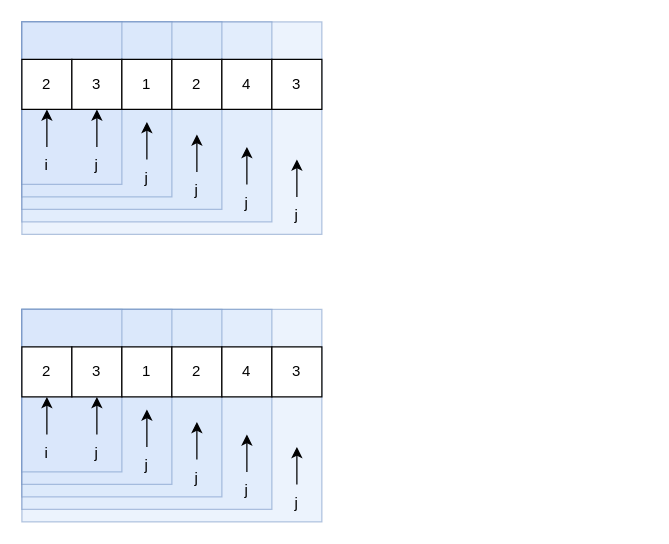
This is 209长度最小的子数组.drawio from liu-moon/img, a draw.io file, before an edit. Source tidied: cells renumbered, new cells numbered last; positions are measured from the earlier drawing's top-left corner, leaving out a move shared by most shapes. Both pictures are drawn from the tidied source at 125%, with x=0, y=0 at pixel (21, 21).
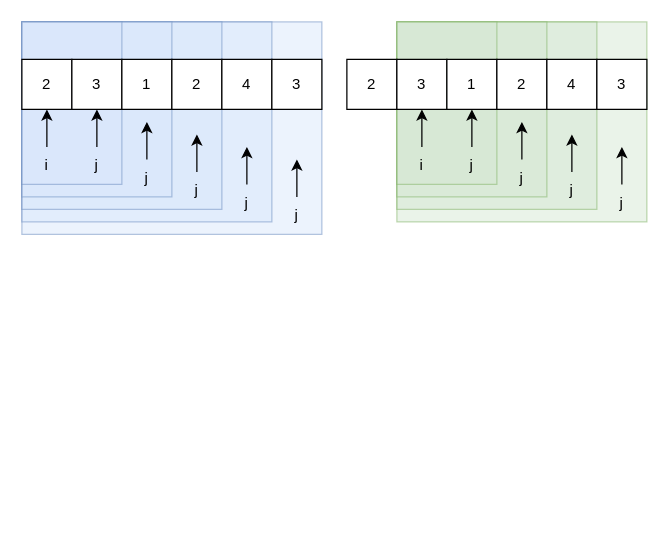
Above is the later version.

Diff of the diagram source:
```diff
@@
-    <mxCell id="25" style="rounded=0;whiteSpace=wrap;html=1;opacity=50;fillColor=#dae8fc;strokeColor=#6c8ebf;" parent="1" vertex="1">
-      <mxGeometry y="230" width="240" height="170" as="geometry" />
-    </mxCell>
-    <mxCell id="26" style="rounded=0;whiteSpace=wrap;html=1;opacity=50;fillColor=#dae8fc;strokeColor=#6c8ebf;" parent="1" vertex="1">
-      <mxGeometry y="230" width="200" height="160" as="geometry" />
+    <mxCell id="26" style="rounded=0;whiteSpace=wrap;html=1;opacity=50;fillColor=#d5e8d4;strokeColor=#82b366;" parent="1" vertex="1">
+      <mxGeometry x="300" width="200" height="160" as="geometry" />
     </mxCell>
-    <mxCell id="27" style="rounded=0;whiteSpace=wrap;html=1;opacity=50;fillColor=#dae8fc;strokeColor=#6c8ebf;" parent="1" vertex="1">
-      <mxGeometry y="230" width="160" height="150" as="geometry" />
+    <mxCell id="27" style="rounded=0;whiteSpace=wrap;html=1;opacity=50;fillColor=#d5e8d4;strokeColor=#82b366;" parent="1" vertex="1">
+      <mxGeometry x="300" width="160" height="150" as="geometry" />
     </mxCell>
-    <mxCell id="28" style="rounded=0;whiteSpace=wrap;html=1;opacity=50;fillColor=#dae8fc;strokeColor=#6c8ebf;" parent="1" vertex="1">
-      <mxGeometry y="230" width="120" height="140" as="geometry" />
+    <mxCell id="28" style="rounded=0;whiteSpace=wrap;html=1;opacity=50;fillColor=#d5e8d4;strokeColor=#82b366;" parent="1" vertex="1">
+      <mxGeometry x="300" width="120" height="140" as="geometry" />
     </mxCell>
-    <mxCell id="29" style="rounded=0;whiteSpace=wrap;html=1;opacity=50;fillColor=#dae8fc;strokeColor=#6c8ebf;" parent="1" vertex="1">
-      <mxGeometry y="230" width="80" height="130" as="geometry" />
+    <mxCell id="29" style="rounded=0;whiteSpace=wrap;html=1;opacity=50;fillColor=#d5e8d4;strokeColor=#82b366;" parent="1" vertex="1">
+      <mxGeometry x="300" width="80" height="130" as="geometry" />
     </mxCell>
-    <mxCell id="30" value="2" style="rounded=0;whiteSpace=wrap;html=1;" parent="1" vertex="1">
-      <mxGeometry y="260" width="40" height="40" as="geometry" />
-    </mxCell>
-    <mxCell id="31" value="3" style="rounded=0;whiteSpace=wrap;html=1;" parent="1" vertex="1">
-      <mxGeometry x="40" y="260" width="40" height="40" as="geometry" />
-    </mxCell>
-    <mxCell id="32" value="1" style="rounded=0;whiteSpace=wrap;html=1;" parent="1" vertex="1">
-      <mxGeometry x="80" y="260" width="40" height="40" as="geometry" />
-    </mxCell>
-    <mxCell id="33" value="2" style="rounded=0;whiteSpace=wrap;html=1;" parent="1" vertex="1">
-      <mxGeometry x="120" y="260" width="40" height="40" as="geometry" />
-    </mxCell>
-    <mxCell id="34" value="4" style="rounded=0;whiteSpace=wrap;html=1;" parent="1" vertex="1">
-      <mxGeometry x="160" y="260" width="40" height="40" as="geometry" />
-    </mxCell>
-    <mxCell id="35" value="3" style="rounded=0;whiteSpace=wrap;html=1;" parent="1" vertex="1">
-      <mxGeometry x="200" y="260" width="40" height="40" as="geometry" />
-    </mxCell>
-    <mxCell id="36" style="endArrow=classic;html=1;rounded=0;entryX=0.5;entryY=1;entryDx=0;entryDy=0;" parent="1" edge="1" target="30">
+    <mxCell id="36" style="endArrow=classic;html=1;rounded=0;entryX=0.5;entryY=1;entryDx=0;entryDy=0;" parent="1" edge="1">
       <mxGeometry relative="1" as="geometry">
-        <mxPoint x="20" y="330" as="sourcePoint" />
+        <mxPoint x="320" y="100" as="sourcePoint" />
+        <mxPoint x="320" y="70" as="targetPoint" />
       </mxGeometry>
     </mxCell>
     <mxCell id="37" value="i" style="text;html=1;align=center;verticalAlign=middle;whiteSpace=wrap;rounded=0;" parent="1" vertex="1">
-      <mxGeometry x="5" y="330" width="30" height="30" as="geometry" />
+      <mxGeometry x="305" y="100" width="30" height="30" as="geometry" />
     </mxCell>
     <mxCell id="38" style="endArrow=classic;html=1;rounded=0;entryX=0.5;entryY=1;entryDx=0;entryDy=0;" parent="1" edge="1">
       <mxGeometry relative="1" as="geometry">
-        <mxPoint x="60" y="330" as="sourcePoint" />
-        <mxPoint x="60" y="300" as="targetPoint" />
+        <mxPoint x="360" y="100" as="sourcePoint" />
+        <mxPoint x="360" y="70" as="targetPoint" />
       </mxGeometry>
     </mxCell>
     <mxCell id="39" value="j" style="text;html=1;align=center;verticalAlign=middle;whiteSpace=wrap;rounded=0;" parent="1" vertex="1">
-      <mxGeometry x="45" y="330" width="30" height="30" as="geometry" />
+      <mxGeometry x="345" y="100" width="30" height="30" as="geometry" />
     </mxCell>
     <mxCell id="40" style="endArrow=classic;html=1;rounded=0;entryX=0.5;entryY=1;entryDx=0;entryDy=0;" parent="1" edge="1">
       <mxGeometry relative="1" as="geometry">
-        <mxPoint x="100" y="340" as="sourcePoint" />
-        <mxPoint x="100" y="310" as="targetPoint" />
+        <mxPoint x="400" y="110" as="sourcePoint" />
+        <mxPoint x="400" y="80" as="targetPoint" />
       </mxGeometry>
     </mxCell>
     <mxCell id="41" value="j" style="text;html=1;align=center;verticalAlign=middle;whiteSpace=wrap;rounded=0;" parent="1" vertex="1">
-      <mxGeometry x="85" y="340" width="30" height="30" as="geometry" />
+      <mxGeometry x="385" y="110" width="30" height="30" as="geometry" />
     </mxCell>
     <mxCell id="42" style="endArrow=classic;html=1;rounded=0;entryX=0.5;entryY=1;entryDx=0;entryDy=0;" parent="1" edge="1">
       <mxGeometry relative="1" as="geometry">
-        <mxPoint x="140" y="350" as="sourcePoint" />
-        <mxPoint x="140" y="320" as="targetPoint" />
+        <mxPoint x="440" y="120" as="sourcePoint" />
+        <mxPoint x="440" y="90" as="targetPoint" />
       </mxGeometry>
     </mxCell>
     <mxCell id="43" value="j" style="text;html=1;align=center;verticalAlign=middle;whiteSpace=wrap;rounded=0;" parent="1" vertex="1">
-      <mxGeometry x="125" y="350" width="30" height="30" as="geometry" />
+      <mxGeometry x="425" y="120" width="30" height="30" as="geometry" />
     </mxCell>
     <mxCell id="44" style="endArrow=classic;html=1;rounded=0;entryX=0.5;entryY=1;entryDx=0;entryDy=0;" parent="1" edge="1">
       <mxGeometry relative="1" as="geometry">
-        <mxPoint x="180" y="360" as="sourcePoint" />
-        <mxPoint x="180" y="330" as="targetPoint" />
+        <mxPoint x="480" y="130" as="sourcePoint" />
+        <mxPoint x="480" y="100" as="targetPoint" />
       </mxGeometry>
     </mxCell>
     <mxCell id="45" value="j" style="text;html=1;align=center;verticalAlign=middle;whiteSpace=wrap;rounded=0;" parent="1" vertex="1">
-      <mxGeometry x="165" y="360" width="30" height="30" as="geometry" />
+      <mxGeometry x="465" y="130" width="30" height="30" as="geometry" />
     </mxCell>
-    <mxCell id="46" style="endArrow=classic;html=1;rounded=0;entryX=0.5;entryY=1;entryDx=0;entryDy=0;" parent="1" edge="1">
-      <mxGeometry relative="1" as="geometry">
-        <mxPoint x="220" y="370" as="sourcePoint" />
-        <mxPoint x="220" y="340" as="targetPoint" />
-      </mxGeometry>
-    </mxCell>
-    <mxCell id="47" value="j" style="text;html=1;align=center;verticalAlign=middle;whiteSpace=wrap;rounded=0;" parent="1" vertex="1">
-      <mxGeometry x="205" y="370" width="30" height="30" as="geometry" />
-    </mxCell>
+    <mxCell id="48" value="2" style="rounded=0;whiteSpace=wrap;html=1;" parent="1" vertex="1">
+      <mxGeometry x="260" y="30" width="40" height="40" as="geometry" />
+    </mxCell>
+    <mxCell id="49" value="3" style="rounded=0;whiteSpace=wrap;html=1;" parent="1" vertex="1">
+      <mxGeometry x="300" y="30" width="40" height="40" as="geometry" />
+    </mxCell>
+    <mxCell id="32" value="1" style="rounded=0;whiteSpace=wrap;html=1;" parent="1" vertex="1">
+      <mxGeometry x="340" y="30" width="40" height="40" as="geometry" />
+    </mxCell>
+    <mxCell id="50" value="2" style="rounded=0;whiteSpace=wrap;html=1;" parent="1" vertex="1">
+      <mxGeometry x="380" y="30" width="40" height="40" as="geometry" />
+    </mxCell>
+    <mxCell id="34" value="4" style="rounded=0;whiteSpace=wrap;html=1;" parent="1" vertex="1">
+      <mxGeometry x="420" y="30" width="40" height="40" as="geometry" />
+    </mxCell>
+    <mxCell id="51" value="3" style="rounded=0;whiteSpace=wrap;html=1;" parent="1" vertex="1">
+      <mxGeometry x="460" y="30" width="40" height="40" as="geometry" />
+    </mxCell>
```
